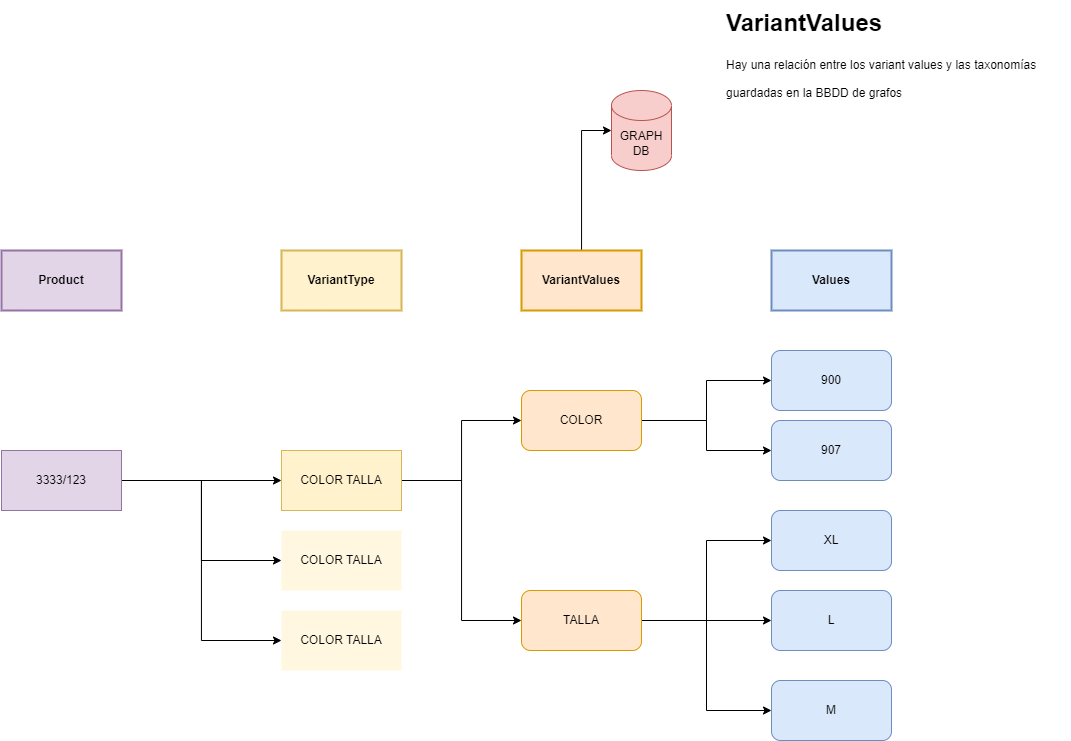
Above: doc/variantes.drawio.png in roicastrocasal/variants-test (draw.io), before the change. Source tidied: cells renumbered, new cells last; positions are measured from the earlier drawing's top-left corner, leaving out a move shared by most shapes. Its diagram source:
```xml
<mxGraphModel>
  <root>
    <mxCell id="0" />
    <mxCell id="1" parent="0" />
    <mxCell id="2" style="edgeStyle=orthogonalEdgeStyle;rounded=0;jettySize=auto;html=1;entryX=0;entryY=0.5;entryDx=0;entryDy=0;entryPerimeter=0;" parent="1" edge="1" source="3" target="22">
      <mxGeometry relative="1" as="geometry" />
    </mxCell>
    <mxCell id="3" value="VariantValues" style="rounded=0;whiteSpace=wrap;html=1;fillColor=#ffe6cc;strokeColor=#d79b00;fontStyle=1;strokeWidth=2;" parent="1" vertex="1">
      <mxGeometry x="520" y="240" width="120" height="60" as="geometry" />
    </mxCell>
    <mxCell id="4" style="edgeStyle=orthogonalEdgeStyle;rounded=0;jettySize=auto;html=1;entryX=0;entryY=0.5;entryDx=0;entryDy=0;" parent="1" edge="1" source="6" target="12">
      <mxGeometry relative="1" as="geometry" />
    </mxCell>
    <mxCell id="5" style="edgeStyle=orthogonalEdgeStyle;rounded=0;jettySize=auto;html=1;" parent="1" edge="1" source="6" target="13">
      <mxGeometry relative="1" as="geometry" />
    </mxCell>
    <mxCell id="6" value="COLOR" style="rounded=1;whiteSpace=wrap;html=1;fillColor=#ffe6cc;strokeColor=#d79b00;" parent="1" vertex="1">
      <mxGeometry x="520" y="380" width="120" height="60" as="geometry" />
    </mxCell>
    <mxCell id="7" style="edgeStyle=orthogonalEdgeStyle;rounded=0;jettySize=auto;html=1;entryX=0;entryY=0.5;entryDx=0;entryDy=0;" parent="1" edge="1" source="10" target="15">
      <mxGeometry relative="1" as="geometry" />
    </mxCell>
    <mxCell id="8" style="edgeStyle=orthogonalEdgeStyle;rounded=0;jettySize=auto;html=1;entryX=0;entryY=0.5;entryDx=0;entryDy=0;" parent="1" edge="1" source="10" target="16">
      <mxGeometry relative="1" as="geometry" />
    </mxCell>
    <mxCell id="9" style="edgeStyle=orthogonalEdgeStyle;rounded=0;jettySize=auto;html=1;entryX=0;entryY=0.5;entryDx=0;entryDy=0;" parent="1" edge="1" source="10" target="14">
      <mxGeometry relative="1" as="geometry" />
    </mxCell>
    <mxCell id="10" value="TALLA" style="rounded=1;whiteSpace=wrap;html=1;fillColor=#ffe6cc;strokeColor=#d79b00;" parent="1" vertex="1">
      <mxGeometry x="520" y="580" width="120" height="60" as="geometry" />
    </mxCell>
    <mxCell id="11" value="Values" style="rounded=0;whiteSpace=wrap;html=1;fillColor=#dae8fc;strokeColor=#6c8ebf;fontStyle=1;strokeWidth=2;" parent="1" vertex="1">
      <mxGeometry x="770" y="240" width="120" height="60" as="geometry" />
    </mxCell>
    <mxCell id="12" value="900" style="rounded=1;whiteSpace=wrap;html=1;fillColor=#dae8fc;strokeColor=#6c8ebf;" parent="1" vertex="1">
      <mxGeometry x="770" y="340" width="120" height="60" as="geometry" />
    </mxCell>
    <mxCell id="13" value="907" style="rounded=1;whiteSpace=wrap;html=1;fillColor=#dae8fc;strokeColor=#6c8ebf;" parent="1" vertex="1">
      <mxGeometry x="770" y="410" width="120" height="60" as="geometry" />
    </mxCell>
    <mxCell id="14" value="XL" style="rounded=1;whiteSpace=wrap;html=1;fillColor=#dae8fc;strokeColor=#6c8ebf;" parent="1" vertex="1">
      <mxGeometry x="770" y="500" width="120" height="60" as="geometry" />
    </mxCell>
    <mxCell id="15" value="L" style="rounded=1;whiteSpace=wrap;html=1;fillColor=#dae8fc;strokeColor=#6c8ebf;" parent="1" vertex="1">
      <mxGeometry x="770" y="580" width="120" height="60" as="geometry" />
    </mxCell>
    <mxCell id="16" value="M" style="rounded=1;whiteSpace=wrap;html=1;fillColor=#dae8fc;strokeColor=#6c8ebf;" parent="1" vertex="1">
      <mxGeometry x="770" y="670" width="120" height="60" as="geometry" />
    </mxCell>
    <mxCell id="17" value="VariantType" style="rounded=0;whiteSpace=wrap;html=1;fillColor=#fff2cc;strokeColor=#d6b656;fontStyle=1;strokeWidth=2;" parent="1" vertex="1">
      <mxGeometry x="280" y="240" width="120" height="60" as="geometry" />
    </mxCell>
    <mxCell id="18" style="edgeStyle=orthogonalEdgeStyle;rounded=0;jettySize=auto;html=1;entryX=0;entryY=0.5;entryDx=0;entryDy=0;" parent="1" edge="1" source="20" target="6">
      <mxGeometry relative="1" as="geometry" />
    </mxCell>
    <mxCell id="19" style="edgeStyle=orthogonalEdgeStyle;rounded=0;jettySize=auto;html=1;entryX=0;entryY=0.5;entryDx=0;entryDy=0;" parent="1" edge="1" source="20" target="10">
      <mxGeometry relative="1" as="geometry" />
    </mxCell>
    <mxCell id="20" value="COLOR TALLA" style="rounded=0;whiteSpace=wrap;html=1;fillColor=#fff2cc;strokeColor=#d6b656;" parent="1" vertex="1">
      <mxGeometry x="280" y="440" width="120" height="60" as="geometry" />
    </mxCell>
    <mxCell id="21" value="&lt;h1 style=&quot;line-height: 60%;&quot;&gt;&lt;span style=&quot;background-color: initial;&quot;&gt;&lt;font style=&quot;font-size: 24px;&quot;&gt;VariantValues&lt;/font&gt;&lt;/span&gt;&lt;/h1&gt;&lt;h1&gt;&lt;span style=&quot;background-color: initial; font-size: 12px; font-weight: normal;&quot;&gt;Hay una relación entre los variant values y las taxonomías guardadas en la BBDD de grafos&lt;/span&gt;&lt;br&gt;&lt;/h1&gt;" style="text;html=1;strokeColor=none;fillColor=none;spacing=5;spacingTop=-20;whiteSpace=wrap;overflow=hidden;rounded=0;" parent="1" vertex="1">
      <mxGeometry x="720" width="350" height="120" as="geometry" />
    </mxCell>
    <mxCell id="22" value="GRAPH DB" style="shape=cylinder3;whiteSpace=wrap;html=1;boundedLbl=1;backgroundOutline=1;size=15;fillColor=#f8cecc;strokeColor=#b85450;" parent="1" vertex="1">
      <mxGeometry x="610" y="80" width="60" height="80" as="geometry" />
    </mxCell>
    <mxCell id="23" value="Product" style="rounded=0;whiteSpace=wrap;html=1;fillColor=#e1d5e7;strokeColor=#9673a6;fontStyle=1;strokeWidth=2;" parent="1" vertex="1">
      <mxGeometry y="240" width="120" height="60" as="geometry" />
    </mxCell>
    <mxCell id="24" style="edgeStyle=orthogonalEdgeStyle;rounded=0;jettySize=auto;html=1;" parent="1" edge="1" source="27" target="20">
      <mxGeometry relative="1" as="geometry" />
    </mxCell>
    <mxCell id="25" style="edgeStyle=orthogonalEdgeStyle;rounded=0;jettySize=auto;html=1;entryX=0;entryY=0.5;entryDx=0;entryDy=0;" parent="1" edge="1" source="27" target="28">
      <mxGeometry relative="1" as="geometry" />
    </mxCell>
    <mxCell id="26" style="edgeStyle=orthogonalEdgeStyle;rounded=0;jettySize=auto;html=1;entryX=0;entryY=0.5;entryDx=0;entryDy=0;" parent="1" edge="1" source="27" target="29">
      <mxGeometry relative="1" as="geometry" />
    </mxCell>
    <mxCell id="27" value="3333/123" style="rounded=0;whiteSpace=wrap;html=1;fillColor=#e1d5e7;strokeColor=#9673a6;" parent="1" vertex="1">
      <mxGeometry y="440" width="120" height="60" as="geometry" />
    </mxCell>
    <mxCell id="28" value="&lt;span style=&quot;font-weight: normal;&quot;&gt;COLOR TALLA&lt;/span&gt;" style="rounded=0;whiteSpace=wrap;html=1;fillColor=#fff2cc;strokeColor=none;fontStyle=1;shadow=0;opacity=60;" parent="1" vertex="1">
      <mxGeometry x="280" y="520" width="120" height="60" as="geometry" />
    </mxCell>
    <mxCell id="29" value="COLOR TALLA" style="rounded=0;whiteSpace=wrap;html=1;fillColor=#fff2cc;strokeColor=none;shadow=0;opacity=60;" parent="1" vertex="1">
      <mxGeometry x="280" y="600" width="120" height="60" as="geometry" />
    </mxCell>
  </root>
</mxGraphModel>
```
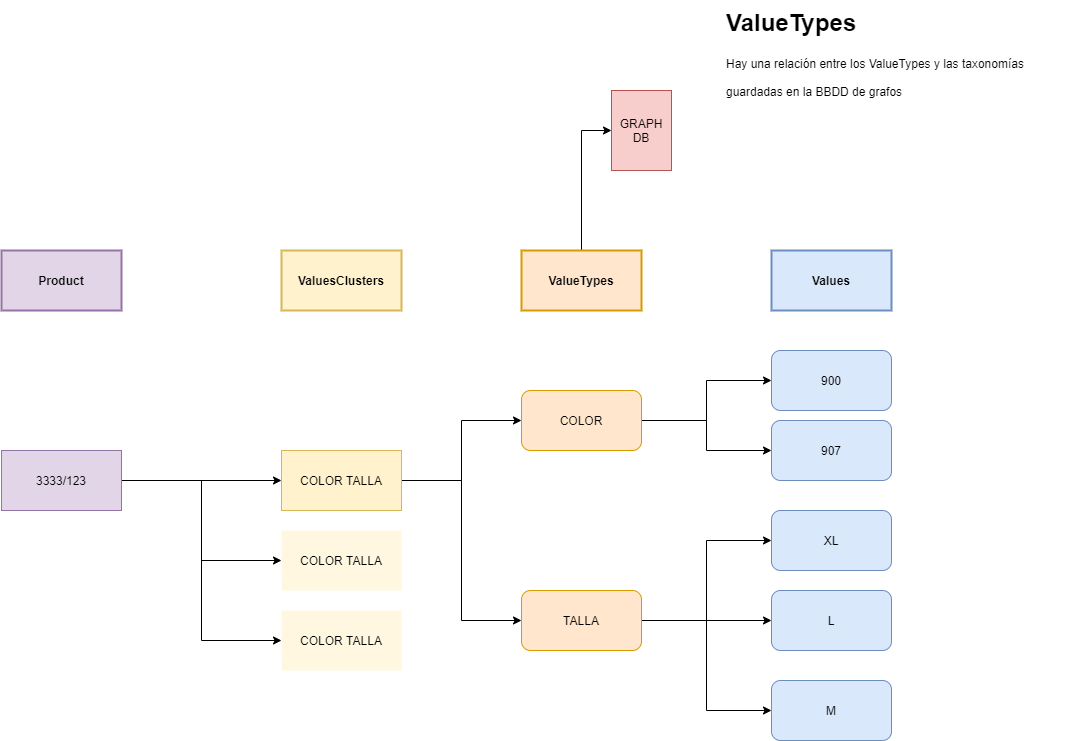
The same diagram one commit later.

Diff of the diagram source:
```diff
@@ -5,7 +5,7 @@
     <mxCell id="2" style="edgeStyle=orthogonalEdgeStyle;rounded=0;jettySize=auto;html=1;entryX=0;entryY=0.5;entryDx=0;entryDy=0;entryPerimeter=0;" parent="1" edge="1" source="3" target="22">
       <mxGeometry relative="1" as="geometry" />
     </mxCell>
-    <mxCell id="3" value="VariantValues" style="rounded=0;whiteSpace=wrap;html=1;fillColor=#ffe6cc;strokeColor=#d79b00;fontStyle=1;strokeWidth=2;" parent="1" vertex="1">
+    <mxCell id="3" value="ValueTypes" style="rounded=0;whiteSpace=wrap;html=1;fillColor=#ffe6cc;strokeColor=#d79b00;fontStyle=1;strokeWidth=2;" parent="1" vertex="1">
       <mxGeometry x="520" y="240" width="120" height="60" as="geometry" />
     </mxCell>
     <mxCell id="4" style="edgeStyle=orthogonalEdgeStyle;rounded=0;jettySize=auto;html=1;entryX=0;entryY=0.5;entryDx=0;entryDy=0;" parent="1" edge="1" source="6" target="12">
@@ -47,7 +47,7 @@
     <mxCell id="16" value="M" style="rounded=1;whiteSpace=wrap;html=1;fillColor=#dae8fc;strokeColor=#6c8ebf;" parent="1" vertex="1">
       <mxGeometry x="770" y="670" width="120" height="60" as="geometry" />
     </mxCell>
-    <mxCell id="17" value="VariantType" style="rounded=0;whiteSpace=wrap;html=1;fillColor=#fff2cc;strokeColor=#d6b656;fontStyle=1;strokeWidth=2;" parent="1" vertex="1">
+    <mxCell id="17" value="ValuesClusters" style="rounded=0;whiteSpace=wrap;html=1;fillColor=#fff2cc;strokeColor=#d6b656;fontStyle=1;strokeWidth=2;" parent="1" vertex="1">
       <mxGeometry x="280" y="240" width="120" height="60" as="geometry" />
     </mxCell>
     <mxCell id="18" style="edgeStyle=orthogonalEdgeStyle;rounded=0;jettySize=auto;html=1;entryX=0;entryY=0.5;entryDx=0;entryDy=0;" parent="1" edge="1" source="20" target="6">
@@ -59,7 +59,7 @@
     <mxCell id="20" value="COLOR TALLA" style="rounded=0;whiteSpace=wrap;html=1;fillColor=#fff2cc;strokeColor=#d6b656;" parent="1" vertex="1">
       <mxGeometry x="280" y="440" width="120" height="60" as="geometry" />
     </mxCell>
-    <mxCell id="21" value="&lt;h1 style=&quot;line-height: 60%;&quot;&gt;&lt;span style=&quot;background-color: initial;&quot;&gt;&lt;font style=&quot;font-size: 24px;&quot;&gt;VariantValues&lt;/font&gt;&lt;/span&gt;&lt;/h1&gt;&lt;h1&gt;&lt;span style=&quot;background-color: initial; font-size: 12px; font-weight: normal;&quot;&gt;Hay una relación entre los variant values y las taxonomías guardadas en la BBDD de grafos&lt;/span&gt;&lt;br&gt;&lt;/h1&gt;" style="text;html=1;strokeColor=none;fillColor=none;spacing=5;spacingTop=-20;whiteSpace=wrap;overflow=hidden;rounded=0;" parent="1" vertex="1">
+    <mxCell id="21" value="&lt;h1 style=&quot;line-height: 60%&quot;&gt;&lt;span&gt;&lt;font style=&quot;font-size: 24px&quot;&gt;ValueTypes&lt;/font&gt;&lt;/span&gt;&lt;/h1&gt;&lt;h1&gt;&lt;span style=&quot;font-size: 12px ; font-weight: normal&quot;&gt;Hay una relación entre los ValueTypes y las taxonomías guardadas en la BBDD de grafos&lt;/span&gt;&lt;br&gt;&lt;/h1&gt;" style="text;html=1;strokeColor=none;fillColor=none;spacing=5;spacingTop=-20;whiteSpace=wrap;overflow=hidden;rounded=0;" parent="1" vertex="1">
       <mxGeometry x="720" width="350" height="120" as="geometry" />
     </mxCell>
     <mxCell id="22" value="GRAPH DB" style="shape=cylinder3;whiteSpace=wrap;html=1;boundedLbl=1;backgroundOutline=1;size=15;fillColor=#f8cecc;strokeColor=#b85450;" parent="1" vertex="1">
```
